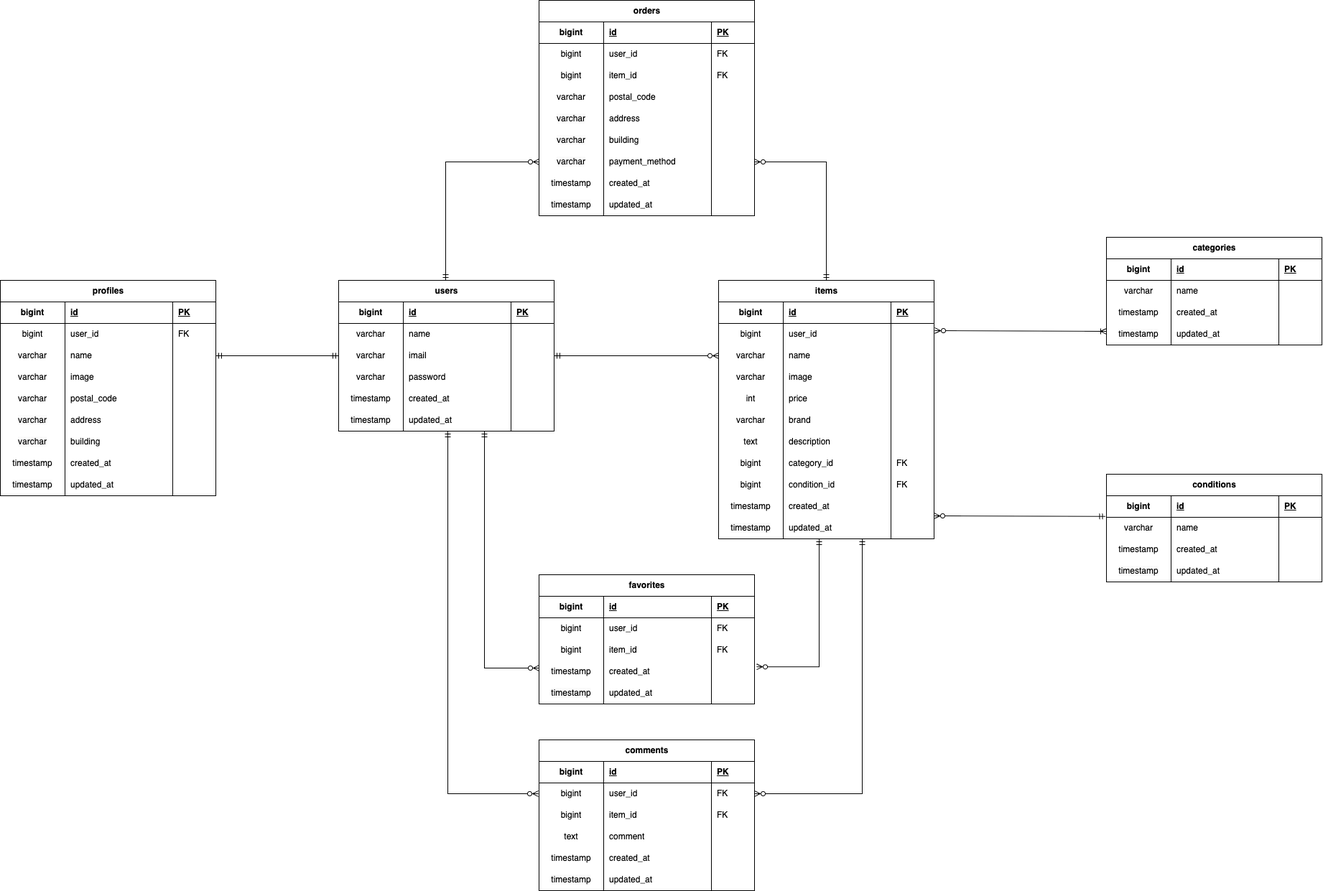
Tamori169/Laravel-furima keeps this draw.io diagram as ER.drawio.png. Above is the earlier version. Source tidied: cells renumbered, new cells last; positions are measured from the earlier drawing's top-left corner, leaving out a move shared by most shapes.
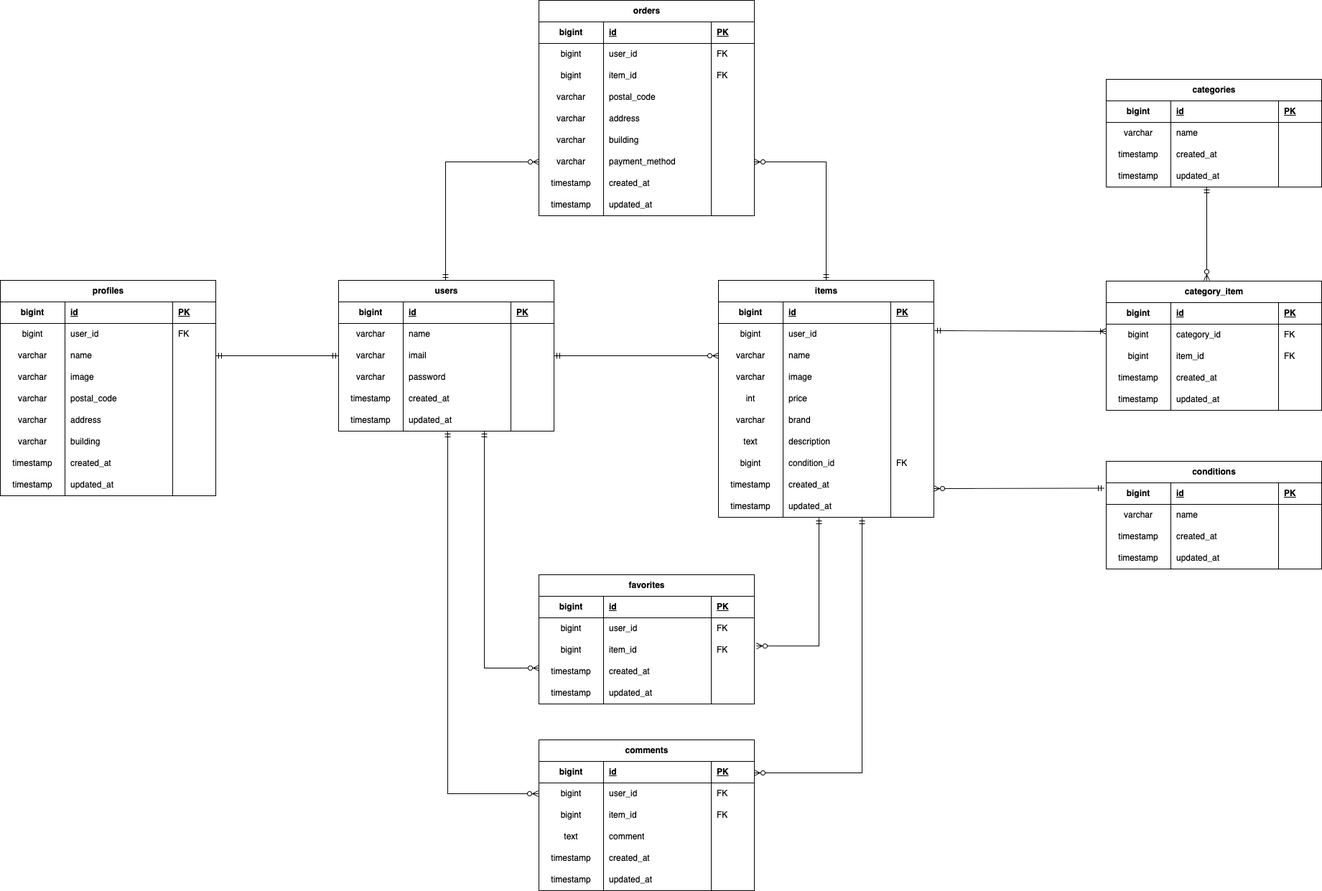
The same file after the commit.

The edit, as a diff of the source:
```diff
@@ -198,7 +198,7 @@
       </mxGeometry>
     </mxCell>
     <mxCell id="65" value="items" style="shape=table;startSize=30;rowLines=0;fontStyle=1;align=center;html=1;" parent="1" vertex="1">
-      <mxGeometry x="1000" y="390" width="300" height="360" as="geometry" />
+      <mxGeometry x="1000" y="390" width="300" height="330" as="geometry" />
     </mxCell>
     <mxCell id="66" style="shape=tableRow;horizontal=0;startSize=0;swimlaneHead=0;swimlaneBody=0;fillColor=none;top=0;left=0;right=0;bottom=1;" parent="65" vertex="1">
       <mxGeometry y="30" width="300" height="30" as="geometry" />
@@ -284,20 +284,8 @@
     <mxCell id="93" style="shape=partialRectangle;fillColor=none;top=0;left=0;bottom=0;right=0;align=left;spacingLeft=6;overflow=hidden;whiteSpace=wrap;html=1;" parent="90" vertex="1">
       <mxGeometry x="240" width="60" height="30" as="geometry" />
     </mxCell>
-    <mxCell id="94" style="shape=tableRow;horizontal=0;startSize=0;swimlaneHead=0;swimlaneBody=0;fillColor=none;top=0;left=0;right=0;bottom=0;" parent="65" vertex="1">
-      <mxGeometry y="240" width="300" height="30" as="geometry" />
-    </mxCell>
-    <mxCell id="95" value="bigint" style="shape=partialRectangle;fillColor=none;top=0;left=0;bottom=0;right=0;overflow=hidden;whiteSpace=wrap;html=1;" parent="94" vertex="1">
-      <mxGeometry width="90" height="30" as="geometry" />
-    </mxCell>
-    <mxCell id="96" value="category_id" style="shape=partialRectangle;fillColor=none;top=0;left=0;bottom=0;right=0;align=left;spacingLeft=6;overflow=hidden;whiteSpace=wrap;html=1;" parent="94" vertex="1">
-      <mxGeometry x="90" width="150" height="30" as="geometry" />
-    </mxCell>
-    <mxCell id="97" value="FK" style="shape=partialRectangle;fillColor=none;top=0;left=0;bottom=0;right=0;align=left;spacingLeft=6;overflow=hidden;whiteSpace=wrap;html=1;" parent="94" vertex="1">
-      <mxGeometry x="240" width="60" height="30" as="geometry" />
-    </mxCell>
     <mxCell id="98" style="shape=tableRow;horizontal=0;startSize=0;swimlaneHead=0;swimlaneBody=0;fillColor=none;top=0;left=0;right=0;bottom=0;" parent="65" vertex="1">
-      <mxGeometry y="270" width="300" height="30" as="geometry" />
+      <mxGeometry y="240" width="300" height="30" as="geometry" />
     </mxCell>
     <mxCell id="99" value="bigint" style="shape=partialRectangle;fillColor=none;top=0;left=0;bottom=0;right=0;overflow=hidden;whiteSpace=wrap;html=1;" parent="98" vertex="1">
       <mxGeometry width="90" height="30" as="geometry" />
@@ -309,7 +297,7 @@
       <mxGeometry x="240" width="60" height="30" as="geometry" />
     </mxCell>
     <mxCell id="102" style="shape=tableRow;horizontal=0;startSize=0;swimlaneHead=0;swimlaneBody=0;fillColor=none;top=0;left=0;right=0;bottom=0;" parent="65" vertex="1">
-      <mxGeometry y="300" width="300" height="30" as="geometry" />
+      <mxGeometry y="270" width="300" height="30" as="geometry" />
     </mxCell>
     <mxCell id="103" value="timestamp" style="shape=partialRectangle;fillColor=none;top=0;left=0;bottom=0;right=0;overflow=hidden;whiteSpace=wrap;html=1;" parent="102" vertex="1">
       <mxGeometry width="90" height="30" as="geometry" />
@@ -321,7 +309,7 @@
       <mxGeometry x="240" width="60" height="30" as="geometry" />
     </mxCell>
     <mxCell id="106" style="shape=tableRow;horizontal=0;startSize=0;swimlaneHead=0;swimlaneBody=0;fillColor=none;top=0;left=0;right=0;bottom=0;" parent="65" vertex="1">
-      <mxGeometry y="330" width="300" height="30" as="geometry" />
+      <mxGeometry y="300" width="300" height="30" as="geometry" />
     </mxCell>
     <mxCell id="107" value="&lt;meta charset=&quot;utf-8&quot;&gt;&lt;span style=&quot;color: rgb(0, 0, 0); font-family: Helvetica; font-size: 12px; font-style: normal; font-variant-ligatures: normal; font-variant-caps: normal; font-weight: 400; letter-spacing: normal; orphans: 2; text-align: center; text-indent: 0px; text-transform: none; widows: 2; word-spacing: 0px; -webkit-text-stroke-width: 0px; white-space: normal; background-color: rgb(251, 251, 251); text-decoration-thickness: initial; text-decoration-style: initial; text-decoration-color: initial; display: inline !important; float: none;&quot;&gt;timestamp&lt;/span&gt;" style="shape=partialRectangle;fillColor=none;top=0;left=0;bottom=0;right=0;overflow=hidden;whiteSpace=wrap;html=1;" parent="106" vertex="1">
       <mxGeometry width="90" height="30" as="geometry" />
@@ -471,7 +459,7 @@
       <mxGeometry x="240" width="60" height="30" as="geometry" />
     </mxCell>
     <mxCell id="156" value="categories" style="shape=table;startSize=30;rowLines=0;fontStyle=1;align=center;html=1;" parent="1" vertex="1">
-      <mxGeometry x="1540" y="330" width="300" height="150" as="geometry" />
+      <mxGeometry x="1540" y="110" width="300" height="150" as="geometry" />
     </mxCell>
     <mxCell id="157" style="shape=tableRow;horizontal=0;startSize=0;swimlaneHead=0;swimlaneBody=0;fillColor=none;top=0;left=0;right=0;bottom=1;" parent="156" vertex="1">
       <mxGeometry y="30" width="300" height="30" as="geometry" />
@@ -522,7 +510,7 @@
       <mxGeometry x="240" width="60" height="30" as="geometry" />
     </mxCell>
     <mxCell id="173" value="conditions" style="shape=table;startSize=30;rowLines=0;fontStyle=1;align=center;html=1;" parent="1" vertex="1">
-      <mxGeometry x="1540" y="660" width="300" height="150" as="geometry" />
+      <mxGeometry x="1540" y="642" width="300" height="150" as="geometry" />
     </mxCell>
     <mxCell id="174" style="shape=tableRow;horizontal=0;startSize=0;swimlaneHead=0;swimlaneBody=0;fillColor=none;points=[[0,0.5],[1,0.5]];portConstraint=eastwest;top=0;left=0;right=0;bottom=1;" parent="173" vertex="1">
       <mxGeometry y="30" width="300" height="30" as="geometry" />
@@ -698,30 +686,33 @@
         </Array>
       </mxGeometry>
     </mxCell>
-    <mxCell id="230" style="fontSize=12;html=1;endArrow=ERzeroToMany;startArrow=ERmandOne;rounded=0;edgeStyle=elbowEdgeStyle;entryX=1.01;entryY=0.278;entryDx=0;entryDy=0;entryPerimeter=0;" parent="1" edge="1" target="123">
+    <mxCell id="230" style="fontSize=12;html=1;endArrow=ERzeroToMany;startArrow=ERmandOne;rounded=0;edgeStyle=elbowEdgeStyle;entryX=1.01;entryY=0.278;entryDx=0;entryDy=0;entryPerimeter=0;" parent="1" edge="1">
       <mxGeometry relative="1" as="geometry">
-        <mxPoint x="1140" y="750" as="sourcePoint" />
+        <mxPoint x="1140" y="721" as="sourcePoint" />
+        <mxPoint x="1053" y="899.3" as="targetPoint" />
         <Array as="points">
-          <mxPoint x="1140" y="830" />
+          <mxPoint x="1140" y="801" />
         </Array>
       </mxGeometry>
     </mxCell>
-    <mxCell id="231" style="fontSize=12;html=1;endArrow=ERzeroToMany;startArrow=ERmandOne;rounded=0;entryX=1.01;entryY=0.278;entryDx=0;entryDy=0;entryPerimeter=0;exitX=-0.005;exitY=0.96;exitDx=0;exitDy=0;exitPerimeter=0;" parent="1" edge="1" source="174">
+    <mxCell id="231" style="fontSize=12;html=1;endArrow=ERzeroToMany;startArrow=ERmandOne;rounded=0;entryX=1.01;entryY=0.278;entryDx=0;entryDy=0;entryPerimeter=0;exitX=-0.01;exitY=0.883;exitDx=0;exitDy=0;exitPerimeter=0;" parent="1" edge="1">
       <mxGeometry relative="1" as="geometry">
-        <mxPoint x="1300" y="718" as="targetPoint" />
+        <mxPoint x="1537" y="679.5" as="sourcePoint" />
+        <mxPoint x="1300" y="680" as="targetPoint" />
       </mxGeometry>
     </mxCell>
-    <mxCell id="232" style="fontSize=12;html=1;endArrow=ERzeroToMany;startArrow=ERoneToMany;rounded=0;entryX=1.01;entryY=0.278;entryDx=0;entryDy=0;entryPerimeter=0;exitX=-0.005;exitY=0.96;exitDx=0;exitDy=0;exitPerimeter=0;startFill=0;" parent="1" edge="1">
+    <mxCell id="232" style="fontSize=12;html=1;endArrow=ERmandOne;startArrow=ERoneToMany;rounded=0;entryX=1.01;entryY=0.278;entryDx=0;entryDy=0;entryPerimeter=0;exitX=-0.005;exitY=0.96;exitDx=0;exitDy=0;exitPerimeter=0;startFill=0;endFill=0;" parent="1" edge="1">
       <mxGeometry relative="1" as="geometry">
         <mxPoint x="1540" y="461" as="sourcePoint" />
         <mxPoint x="1301" y="460" as="targetPoint" />
       </mxGeometry>
     </mxCell>
-    <mxCell id="233" style="fontSize=12;html=1;endArrow=ERzeroToMany;startArrow=ERmandOne;entryX=1;entryY=0.5;entryDx=0;entryDy=0;rounded=0;exitX=0.506;exitY=1.139;exitDx=0;exitDy=0;exitPerimeter=0;edgeStyle=elbowEdgeStyle;" parent="1" edge="1" target="136">
+    <mxCell id="233" style="fontSize=12;html=1;endArrow=ERzeroToMany;startArrow=ERmandOne;entryX=1;entryY=0.5;entryDx=0;entryDy=0;rounded=0;exitX=0.506;exitY=1.139;exitDx=0;exitDy=0;exitPerimeter=0;edgeStyle=elbowEdgeStyle;" parent="1" edge="1">
       <mxGeometry relative="1" as="geometry">
-        <mxPoint x="1200" y="750" as="sourcePoint" />
+        <mxPoint x="1200" y="721" as="sourcePoint" />
+        <mxPoint x="1050" y="1076" as="targetPoint" />
         <Array as="points">
-          <mxPoint x="1200" y="996" />
+          <mxPoint x="1200" y="967" />
         </Array>
       </mxGeometry>
     </mxCell>
@@ -741,5 +732,74 @@
         </Array>
       </mxGeometry>
     </mxCell>
+    <mxCell id="236" value="category_item" style="shape=table;startSize=30;rowLines=0;fontStyle=1;align=center;html=1;" parent="1" vertex="1">
+      <mxGeometry x="1540" y="391" width="300" height="180" as="geometry" />
+    </mxCell>
+    <mxCell id="237" style="shape=tableRow;horizontal=0;startSize=0;swimlaneHead=0;swimlaneBody=0;fillColor=none;top=0;left=0;right=0;bottom=1;" parent="236" vertex="1">
+      <mxGeometry y="30" width="300" height="30" as="geometry" />
+    </mxCell>
+    <mxCell id="238" value="bigint" style="shape=partialRectangle;fillColor=none;top=0;left=0;bottom=0;right=0;fontStyle=1;overflow=hidden;whiteSpace=wrap;html=1;" parent="237" vertex="1">
+      <mxGeometry width="90" height="30" as="geometry" />
+    </mxCell>
+    <mxCell id="239" value="id" style="shape=partialRectangle;fillColor=none;top=0;left=0;bottom=0;right=0;align=left;spacingLeft=6;fontStyle=5;overflow=hidden;whiteSpace=wrap;html=1;" parent="237" vertex="1">
+      <mxGeometry x="90" width="150" height="30" as="geometry" />
+    </mxCell>
+    <mxCell id="240" value="PK" style="shape=partialRectangle;fillColor=none;top=0;left=0;bottom=0;right=0;align=left;spacingLeft=6;fontStyle=5;overflow=hidden;whiteSpace=wrap;html=1;" parent="237" vertex="1">
+      <mxGeometry x="240" width="60" height="30" as="geometry" />
+    </mxCell>
+    <mxCell id="241" style="shape=tableRow;horizontal=0;startSize=0;swimlaneHead=0;swimlaneBody=0;fillColor=none;top=0;left=0;right=0;bottom=0;" parent="236" vertex="1">
+      <mxGeometry y="60" width="300" height="30" as="geometry" />
+    </mxCell>
+    <mxCell id="242" value="bigint" style="shape=partialRectangle;fillColor=none;top=0;left=0;bottom=0;right=0;overflow=hidden;whiteSpace=wrap;html=1;" parent="241" vertex="1">
+      <mxGeometry width="90" height="30" as="geometry" />
+    </mxCell>
+    <mxCell id="96" value="category_id" style="shape=partialRectangle;fillColor=none;top=0;left=0;bottom=0;right=0;align=left;spacingLeft=6;overflow=hidden;whiteSpace=wrap;html=1;" parent="241" vertex="1">
+      <mxGeometry x="90" width="150" height="30" as="geometry" />
+    </mxCell>
+    <mxCell id="243" value="FK" style="shape=partialRectangle;fillColor=none;top=0;left=0;bottom=0;right=0;align=left;spacingLeft=6;overflow=hidden;whiteSpace=wrap;html=1;" parent="241" vertex="1">
+      <mxGeometry x="240" width="60" height="30" as="geometry" />
+    </mxCell>
+    <mxCell id="244" style="shape=tableRow;horizontal=0;startSize=0;swimlaneHead=0;swimlaneBody=0;fillColor=none;top=0;left=0;right=0;bottom=0;" parent="236" vertex="1">
+      <mxGeometry y="90" width="300" height="30" as="geometry" />
+    </mxCell>
+    <mxCell id="245" value="bigint" style="shape=partialRectangle;fillColor=none;top=0;left=0;bottom=0;right=0;overflow=hidden;whiteSpace=wrap;html=1;" parent="244" vertex="1">
+      <mxGeometry width="90" height="30" as="geometry" />
+    </mxCell>
+    <mxCell id="246" value="item_id" style="shape=partialRectangle;fillColor=none;top=0;left=0;bottom=0;right=0;align=left;spacingLeft=6;overflow=hidden;whiteSpace=wrap;html=1;" parent="244" vertex="1">
+      <mxGeometry x="90" width="150" height="30" as="geometry" />
+    </mxCell>
+    <mxCell id="247" value="FK" style="shape=partialRectangle;fillColor=none;top=0;left=0;bottom=0;right=0;align=left;spacingLeft=6;overflow=hidden;whiteSpace=wrap;html=1;" parent="244" vertex="1">
+      <mxGeometry x="240" width="60" height="30" as="geometry" />
+    </mxCell>
+    <mxCell id="248" style="shape=tableRow;horizontal=0;startSize=0;swimlaneHead=0;swimlaneBody=0;fillColor=none;top=0;left=0;right=0;bottom=0;" parent="236" vertex="1">
+      <mxGeometry y="120" width="300" height="30" as="geometry" />
+    </mxCell>
+    <mxCell id="249" value="timestamp" style="shape=partialRectangle;fillColor=none;top=0;left=0;bottom=0;right=0;overflow=hidden;whiteSpace=wrap;html=1;" parent="248" vertex="1">
+      <mxGeometry width="90" height="30" as="geometry" />
+    </mxCell>
+    <mxCell id="250" value="created_at" style="shape=partialRectangle;fillColor=none;top=0;left=0;bottom=0;right=0;align=left;spacingLeft=6;overflow=hidden;whiteSpace=wrap;html=1;" parent="248" vertex="1">
+      <mxGeometry x="90" width="150" height="30" as="geometry" />
+    </mxCell>
+    <mxCell id="251" style="shape=partialRectangle;fillColor=none;top=0;left=0;bottom=0;right=0;align=left;spacingLeft=6;overflow=hidden;whiteSpace=wrap;html=1;" parent="248" vertex="1">
+      <mxGeometry x="240" width="60" height="30" as="geometry" />
+    </mxCell>
+    <mxCell id="252" style="shape=tableRow;horizontal=0;startSize=0;swimlaneHead=0;swimlaneBody=0;fillColor=none;top=0;left=0;right=0;bottom=0;" parent="236" vertex="1">
+      <mxGeometry y="150" width="300" height="30" as="geometry" />
+    </mxCell>
+    <mxCell id="253" value="&lt;meta charset=&quot;utf-8&quot;&gt;&lt;span style=&quot;color: rgb(0, 0, 0); font-family: Helvetica; font-size: 12px; font-style: normal; font-variant-ligatures: normal; font-variant-caps: normal; font-weight: 400; letter-spacing: normal; orphans: 2; text-align: center; text-indent: 0px; text-transform: none; widows: 2; word-spacing: 0px; -webkit-text-stroke-width: 0px; white-space: normal; background-color: rgb(251, 251, 251); text-decoration-thickness: initial; text-decoration-style: initial; text-decoration-color: initial; display: inline !important; float: none;&quot;&gt;timestamp&lt;/span&gt;" style="shape=partialRectangle;fillColor=none;top=0;left=0;bottom=0;right=0;overflow=hidden;whiteSpace=wrap;html=1;" parent="252" vertex="1">
+      <mxGeometry width="90" height="30" as="geometry" />
+    </mxCell>
+    <mxCell id="254" value="updated_at" style="shape=partialRectangle;fillColor=none;top=0;left=0;bottom=0;right=0;align=left;spacingLeft=6;overflow=hidden;whiteSpace=wrap;html=1;" parent="252" vertex="1">
+      <mxGeometry x="90" width="150" height="30" as="geometry" />
+    </mxCell>
+    <mxCell id="255" style="shape=partialRectangle;fillColor=none;top=0;left=0;bottom=0;right=0;align=left;spacingLeft=6;overflow=hidden;whiteSpace=wrap;html=1;" parent="252" vertex="1">
+      <mxGeometry x="240" width="60" height="30" as="geometry" />
+    </mxCell>
+    <mxCell id="256" style="fontSize=12;html=1;endArrow=ERmandOne;startArrow=ERzeroToMany;rounded=0;startFill=0;endFill=0;" parent="1" edge="1">
+      <mxGeometry relative="1" as="geometry">
+        <mxPoint x="1680" y="390" as="sourcePoint" />
+        <mxPoint x="1680" y="260" as="targetPoint" />
+      </mxGeometry>
+    </mxCell>
   </root>
 </mxGraphModel>
```
